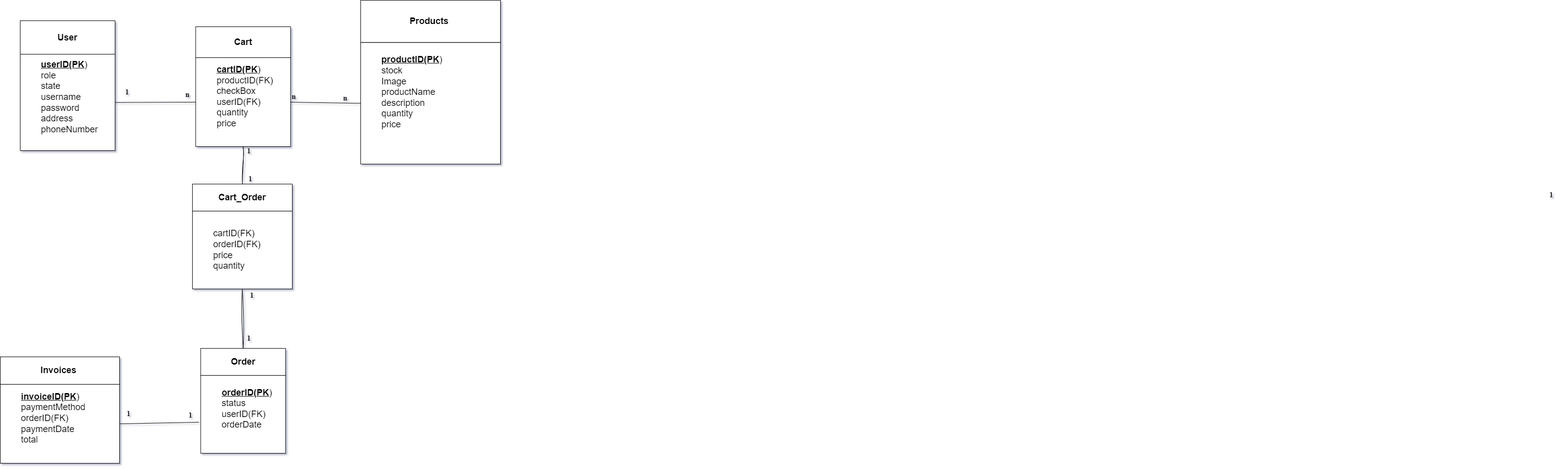
Above: DuAn4.drawio.png in PhamThom129D/JDBC (draw.io), before the change. Source tidied: cells renumbered, new cells last; positions are measured from the earlier drawing's top-left corner, leaving out a move shared by most shapes.
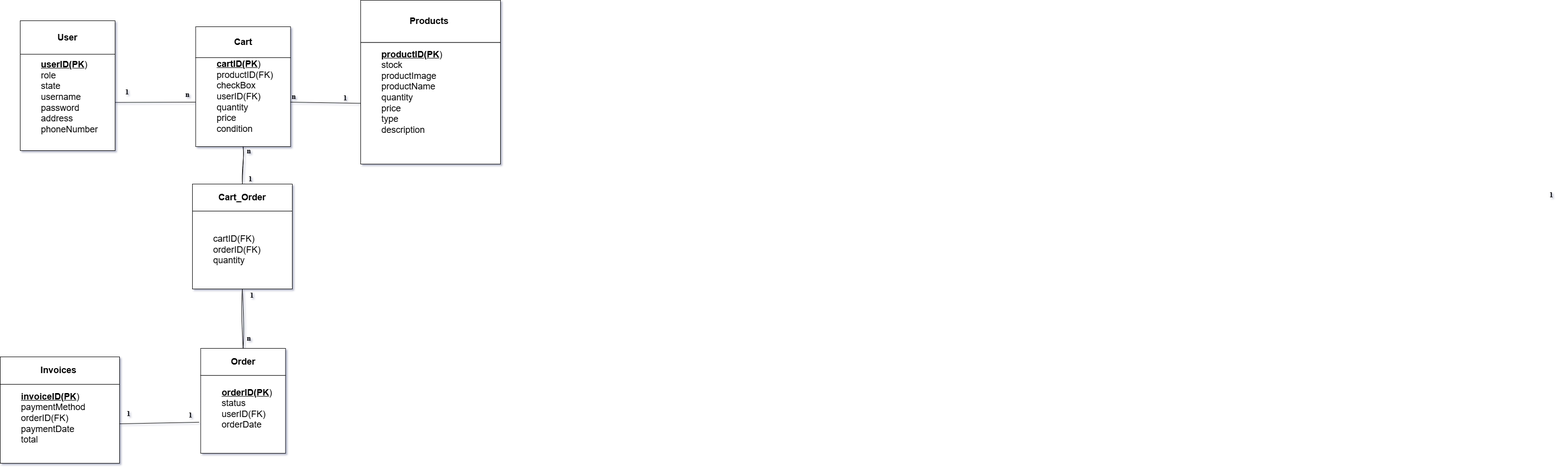
Later version of the same file.

Commit message:
Cập nhật DuAn4.drawio.png

The edit, as a diff of the source:
```diff
@@ -17,7 +17,7 @@
     <mxCell id="6" value="&lt;h2&gt;Products&amp;nbsp;&lt;/h2&gt;" style="rounded=0;whiteSpace=wrap;html=1;align=center;labelBackgroundColor=none;" parent="5" vertex="1">
       <mxGeometry width="280" height="84.6" as="geometry" />
     </mxCell>
-    <mxCell id="7" value="&lt;blockquote style=&quot;margin: 0px 0px 0px 40px; border: none; padding: 0px; font-size: 18px;&quot;&gt;&lt;u&gt;&lt;b&gt;productID(PK&lt;/b&gt;&lt;/u&gt;)&lt;/blockquote&gt;&lt;blockquote style=&quot;margin: 0px 0px 0px 40px; border: none; padding: 0px; font-size: 18px;&quot;&gt;stock&lt;br&gt;&lt;/blockquote&gt;&lt;blockquote style=&quot;margin: 0px 0px 0px 40px; border: none; padding: 0px; font-size: 18px;&quot;&gt;Image&lt;br&gt;productName&lt;/blockquote&gt;&lt;blockquote style=&quot;margin: 0px 0px 0px 40px; border: none; padding: 0px;&quot;&gt;&lt;span style=&quot;font-size: 18px;&quot;&gt;description&lt;/span&gt;&lt;br&gt;&lt;span style=&quot;font-size: 18px;&quot;&gt;quantity&amp;nbsp;&lt;/span&gt;&lt;br&gt;&lt;span style=&quot;font-size: 18px;&quot;&gt;price&amp;nbsp;&lt;/span&gt;&lt;/blockquote&gt;&lt;blockquote style=&quot;margin: 0px 0px 0px 40px; border: none; padding: 0px; font-size: 18px;&quot;&gt;&lt;br&gt;&lt;br&gt;&lt;/blockquote&gt;" style="rounded=0;whiteSpace=wrap;html=1;align=left;labelPosition=center;verticalLabelPosition=middle;verticalAlign=middle;labelBackgroundColor=none;" parent="5" vertex="1">
+    <mxCell id="7" value="&lt;blockquote style=&quot;margin: 0px 0px 0px 40px; border: none; padding: 0px; font-size: 18px;&quot;&gt;&lt;u&gt;&lt;b&gt;productID(PK&lt;/b&gt;&lt;/u&gt;)&lt;/blockquote&gt;&lt;blockquote style=&quot;margin: 0px 0px 0px 40px; border: none; padding: 0px; font-size: 18px;&quot;&gt;stock&lt;br&gt;&lt;/blockquote&gt;&lt;blockquote style=&quot;margin: 0px 0px 0px 40px; border: none; padding: 0px; font-size: 18px;&quot;&gt;productImage&lt;br&gt;productName&lt;/blockquote&gt;&lt;blockquote style=&quot;margin: 0px 0px 0px 40px; border: none; padding: 0px;&quot;&gt;&lt;span style=&quot;font-size: 18px;&quot;&gt;quantity&amp;nbsp;&lt;/span&gt;&lt;br&gt;&lt;span style=&quot;font-size: 18px;&quot;&gt;price&amp;nbsp;&lt;/span&gt;&lt;/blockquote&gt;&lt;blockquote style=&quot;margin: 0px 0px 0px 40px; border: none; padding: 0px;&quot;&gt;&lt;span style=&quot;font-size: 18px;&quot;&gt;type&lt;/span&gt;&lt;/blockquote&gt;&lt;blockquote style=&quot;margin: 0px 0px 0px 40px; border: none; padding: 0px;&quot;&gt;&lt;span style=&quot;font-size: 18px;&quot;&gt;description&lt;/span&gt;&lt;span style=&quot;font-size: 18px;&quot;&gt;&lt;/span&gt;&lt;/blockquote&gt;&lt;blockquote style=&quot;margin: 0px 0px 0px 40px; border: none; padding: 0px; font-size: 18px;&quot;&gt;&lt;br&gt;&lt;br&gt;&lt;/blockquote&gt;" style="rounded=0;whiteSpace=wrap;html=1;align=left;labelPosition=center;verticalLabelPosition=middle;verticalAlign=middle;labelBackgroundColor=none;" parent="5" vertex="1">
       <mxGeometry y="84.6" width="280" height="243.4" as="geometry" />
     </mxCell>
     <mxCell id="8" style="group;verticalAlign=bottom;align=center;labelPosition=center;verticalLabelPosition=top;textDirection=ltr;rounded=0;labelBackgroundColor=none;" parent="1" vertex="1">
@@ -26,7 +26,7 @@
     <mxCell id="9" value="&lt;h2&gt;Cart&lt;/h2&gt;" style="rounded=0;whiteSpace=wrap;html=1;align=center;labelBackgroundColor=none;" parent="8" vertex="1">
       <mxGeometry width="190" height="61.9" as="geometry" />
     </mxCell>
-    <mxCell id="10" value="&lt;blockquote style=&quot;margin: 0px 0px 0px 40px; border: none; padding: 0px; font-size: 18px;&quot;&gt;&lt;u&gt;&lt;b&gt;cartID(PK&lt;/b&gt;&lt;/u&gt;)&lt;/blockquote&gt;&lt;blockquote style=&quot;margin: 0px 0px 0px 40px; border: none; padding: 0px; font-size: 18px;&quot;&gt;&lt;span style=&quot;background-color: initial;&quot;&gt;productID(FK)&lt;/span&gt;&lt;/blockquote&gt;&lt;blockquote style=&quot;margin: 0px 0px 0px 40px; border: none; padding: 0px; font-size: 18px;&quot;&gt;&lt;span style=&quot;background-color: initial;&quot;&gt;checkBox&lt;/span&gt;&lt;/blockquote&gt;&lt;blockquote style=&quot;margin: 0px 0px 0px 40px; border: none; padding: 0px; font-size: 18px;&quot;&gt;&lt;span style=&quot;background-color: initial;&quot;&gt;userID(FK)&lt;/span&gt;&lt;/blockquote&gt;&lt;blockquote style=&quot;margin: 0px 0px 0px 40px; border: none; padding: 0px; font-size: 18px;&quot;&gt;quantity&lt;br&gt;price&amp;nbsp;&lt;/blockquote&gt;&lt;blockquote style=&quot;margin: 0px 0px 0px 40px; border: none; padding: 0px; font-size: 18px;&quot;&gt;&lt;br&gt;&lt;/blockquote&gt;" style="rounded=0;whiteSpace=wrap;html=1;align=left;labelPosition=center;verticalLabelPosition=middle;verticalAlign=middle;labelBackgroundColor=none;" parent="8" vertex="1">
+    <mxCell id="10" value="&lt;blockquote style=&quot;margin: 0px 0px 0px 40px; border: none; padding: 0px; font-size: 18px;&quot;&gt;&lt;u&gt;&lt;b&gt;cartID(PK&lt;/b&gt;&lt;/u&gt;)&lt;/blockquote&gt;&lt;blockquote style=&quot;margin: 0px 0px 0px 40px; border: none; padding: 0px; font-size: 18px;&quot;&gt;&lt;span style=&quot;background-color: initial;&quot;&gt;productID(FK)&lt;/span&gt;&lt;/blockquote&gt;&lt;blockquote style=&quot;margin: 0px 0px 0px 40px; border: none; padding: 0px; font-size: 18px;&quot;&gt;&lt;span style=&quot;background-color: initial;&quot;&gt;checkBox&lt;/span&gt;&lt;/blockquote&gt;&lt;blockquote style=&quot;margin: 0px 0px 0px 40px; border: none; padding: 0px; font-size: 18px;&quot;&gt;&lt;span style=&quot;background-color: initial;&quot;&gt;userID(FK)&lt;/span&gt;&lt;/blockquote&gt;&lt;blockquote style=&quot;margin: 0px 0px 0px 40px; border: none; padding: 0px; font-size: 18px;&quot;&gt;quantity&lt;br&gt;price&amp;nbsp;&lt;/blockquote&gt;&lt;blockquote style=&quot;margin: 0px 0px 0px 40px; border: none; padding: 0px; font-size: 18px;&quot;&gt;condition&lt;/blockquote&gt;&lt;blockquote style=&quot;margin: 0px 0px 0px 40px; border: none; padding: 0px; font-size: 18px;&quot;&gt;&lt;br&gt;&lt;/blockquote&gt;" style="rounded=0;whiteSpace=wrap;html=1;align=left;labelPosition=center;verticalLabelPosition=middle;verticalAlign=middle;labelBackgroundColor=none;" parent="8" vertex="1">
       <mxGeometry y="61.9" width="190" height="178.1" as="geometry" />
     </mxCell>
     <mxCell id="11" style="group;verticalAlign=bottom;align=center;labelPosition=center;verticalLabelPosition=top;textDirection=ltr;rounded=0;labelBackgroundColor=none;" parent="1" vertex="1">
@@ -53,7 +53,7 @@
     <mxCell id="18" value="&lt;h2&gt;Cart_Order&lt;/h2&gt;" style="rounded=0;whiteSpace=wrap;html=1;align=center;labelBackgroundColor=none;" parent="17" vertex="1">
       <mxGeometry width="200" height="54.2" as="geometry" />
     </mxCell>
-    <mxCell id="19" value="&lt;blockquote style=&quot;margin: 0px 0px 0px 40px; border: none; padding: 0px; font-size: 18px;&quot;&gt;cartID(FK)&lt;/blockquote&gt;&lt;blockquote style=&quot;margin: 0px 0px 0px 40px; border: none; padding: 0px; font-size: 18px;&quot;&gt;orderID(FK)&lt;/blockquote&gt;&lt;blockquote style=&quot;margin: 0px 0px 0px 40px; border: none; padding: 0px; font-size: 18px;&quot;&gt;price&lt;/blockquote&gt;&lt;blockquote style=&quot;margin: 0px 0px 0px 40px; border: none; padding: 0px; font-size: 18px;&quot;&gt;quantity&lt;/blockquote&gt;" style="rounded=0;whiteSpace=wrap;html=1;align=left;labelPosition=center;verticalLabelPosition=middle;verticalAlign=middle;labelBackgroundColor=none;" parent="17" vertex="1">
+    <mxCell id="19" value="&lt;blockquote style=&quot;margin: 0px 0px 0px 40px; border: none; padding: 0px; font-size: 18px;&quot;&gt;cartID(FK)&lt;/blockquote&gt;&lt;blockquote style=&quot;margin: 0px 0px 0px 40px; border: none; padding: 0px; font-size: 18px;&quot;&gt;orderID(FK)&lt;/blockquote&gt;&lt;blockquote style=&quot;margin: 0px 0px 0px 40px; border: none; padding: 0px; font-size: 18px;&quot;&gt;quantity&lt;/blockquote&gt;" style="rounded=0;whiteSpace=wrap;html=1;align=left;labelPosition=center;verticalLabelPosition=middle;verticalAlign=middle;labelBackgroundColor=none;" parent="17" vertex="1">
       <mxGeometry y="54.2" width="200" height="155.8" as="geometry" />
     </mxCell>
     <mxCell id="20" style="endArrow=none;html=1;rounded=0;exitX=-0.019;exitY=0.601;exitDx=0;exitDy=0;exitPerimeter=0;entryX=1;entryY=0.5;entryDx=0;entryDy=0;labelBackgroundColor=none;fontColor=default;" parent="1" edge="1" source="13" target="16">
@@ -86,13 +86,13 @@
     <mxCell id="29" value="&lt;h4&gt;&lt;font face=&quot;Times New Roman&quot;&gt;1&lt;/font&gt;&lt;/h4&gt;" style="text;html=1;align=center;verticalAlign=middle;whiteSpace=wrap;rounded=0;fontFamily=Architects Daughter;fontSource=https%3A%2F%2Ffonts.googleapis.com%2Fcss%3Ffamily%3DArchitects%2BDaughter;fontSize=15;" parent="1" vertex="1">
       <mxGeometry x="483" y="578" width="43" height="26" as="geometry" />
     </mxCell>
-    <mxCell id="30" value="&lt;h4&gt;&lt;font face=&quot;Times New Roman&quot;&gt;1&lt;/font&gt;&lt;/h4&gt;" style="text;html=1;align=center;verticalAlign=middle;whiteSpace=wrap;rounded=0;fontFamily=Architects Daughter;fontSource=https%3A%2F%2Ffonts.googleapis.com%2Fcss%3Ffamily%3DArchitects%2BDaughter;fontSize=15;" parent="1" vertex="1">
+    <mxCell id="30" value="&lt;h4&gt;&lt;font face=&quot;Times New Roman&quot;&gt;n&lt;/font&gt;&lt;/h4&gt;" style="text;html=1;align=center;verticalAlign=middle;whiteSpace=wrap;rounded=0;fontFamily=Architects Daughter;fontSource=https%3A%2F%2Ffonts.googleapis.com%2Fcss%3Ffamily%3DArchitects%2BDaughter;fontSize=15;" parent="1" vertex="1">
       <mxGeometry x="477" y="664" width="43" height="26" as="geometry" />
     </mxCell>
     <mxCell id="31" value="&lt;h4&gt;&lt;font face=&quot;Times New Roman&quot;&gt;1&lt;/font&gt;&lt;/h4&gt;" style="text;html=1;align=center;verticalAlign=middle;whiteSpace=wrap;rounded=0;fontFamily=Architects Daughter;fontSource=https%3A%2F%2Ffonts.googleapis.com%2Fcss%3Ffamily%3DArchitects%2BDaughter;fontSize=15;" parent="1" vertex="1">
       <mxGeometry x="480" y="345" width="43" height="26" as="geometry" />
     </mxCell>
-    <mxCell id="32" value="&lt;h4&gt;&lt;font face=&quot;Times New Roman&quot;&gt;1&lt;/font&gt;&lt;/h4&gt;" style="text;html=1;align=center;verticalAlign=middle;whiteSpace=wrap;rounded=0;fontFamily=Architects Daughter;fontSource=https%3A%2F%2Ffonts.googleapis.com%2Fcss%3Ffamily%3DArchitects%2BDaughter;fontSize=15;" parent="1" vertex="1">
+    <mxCell id="32" value="&lt;h4&gt;&lt;font face=&quot;Times New Roman&quot;&gt;n&lt;/font&gt;&lt;/h4&gt;" style="text;html=1;align=center;verticalAlign=middle;whiteSpace=wrap;rounded=0;fontFamily=Architects Daughter;fontSource=https%3A%2F%2Ffonts.googleapis.com%2Fcss%3Ffamily%3DArchitects%2BDaughter;fontSize=15;" parent="1" vertex="1">
       <mxGeometry x="477" y="289" width="43" height="26" as="geometry" />
     </mxCell>
     <mxCell id="33" value="&lt;h4&gt;&lt;font face=&quot;Times New Roman&quot;&gt;n&lt;/font&gt;&lt;/h4&gt;" style="text;html=1;align=center;verticalAlign=middle;whiteSpace=wrap;rounded=0;fontFamily=Architects Daughter;fontSource=https%3A%2F%2Ffonts.googleapis.com%2Fcss%3Ffamily%3DArchitects%2BDaughter;fontSize=15;" parent="1" vertex="1">
@@ -101,7 +101,7 @@
     <mxCell id="34" value="&lt;h4&gt;&lt;font face=&quot;Times New Roman&quot;&gt;n&lt;/font&gt;&lt;/h4&gt;" style="text;html=1;align=center;verticalAlign=middle;whiteSpace=wrap;rounded=0;fontFamily=Architects Daughter;fontSource=https%3A%2F%2Ffonts.googleapis.com%2Fcss%3Ffamily%3DArchitects%2BDaughter;fontSize=15;" parent="1" vertex="1">
       <mxGeometry x="567" y="180" width="43" height="26" as="geometry" />
     </mxCell>
-    <mxCell id="35" value="&lt;h4&gt;&lt;font face=&quot;Times New Roman&quot;&gt;n&lt;/font&gt;&lt;/h4&gt;" style="text;html=1;align=center;verticalAlign=middle;whiteSpace=wrap;rounded=0;fontFamily=Architects Daughter;fontSource=https%3A%2F%2Ffonts.googleapis.com%2Fcss%3Ffamily%3DArchitects%2BDaughter;fontSize=15;" parent="1" vertex="1">
+    <mxCell id="35" value="&lt;h4&gt;&lt;font face=&quot;Times New Roman&quot;&gt;1&lt;/font&gt;&lt;/h4&gt;" style="text;html=1;align=center;verticalAlign=middle;whiteSpace=wrap;rounded=0;fontFamily=Architects Daughter;fontSource=https%3A%2F%2Ffonts.googleapis.com%2Fcss%3Ffamily%3DArchitects%2BDaughter;fontSize=15;" parent="1" vertex="1">
       <mxGeometry x="670" y="183" width="43" height="26" as="geometry" />
     </mxCell>
   </root>
```
